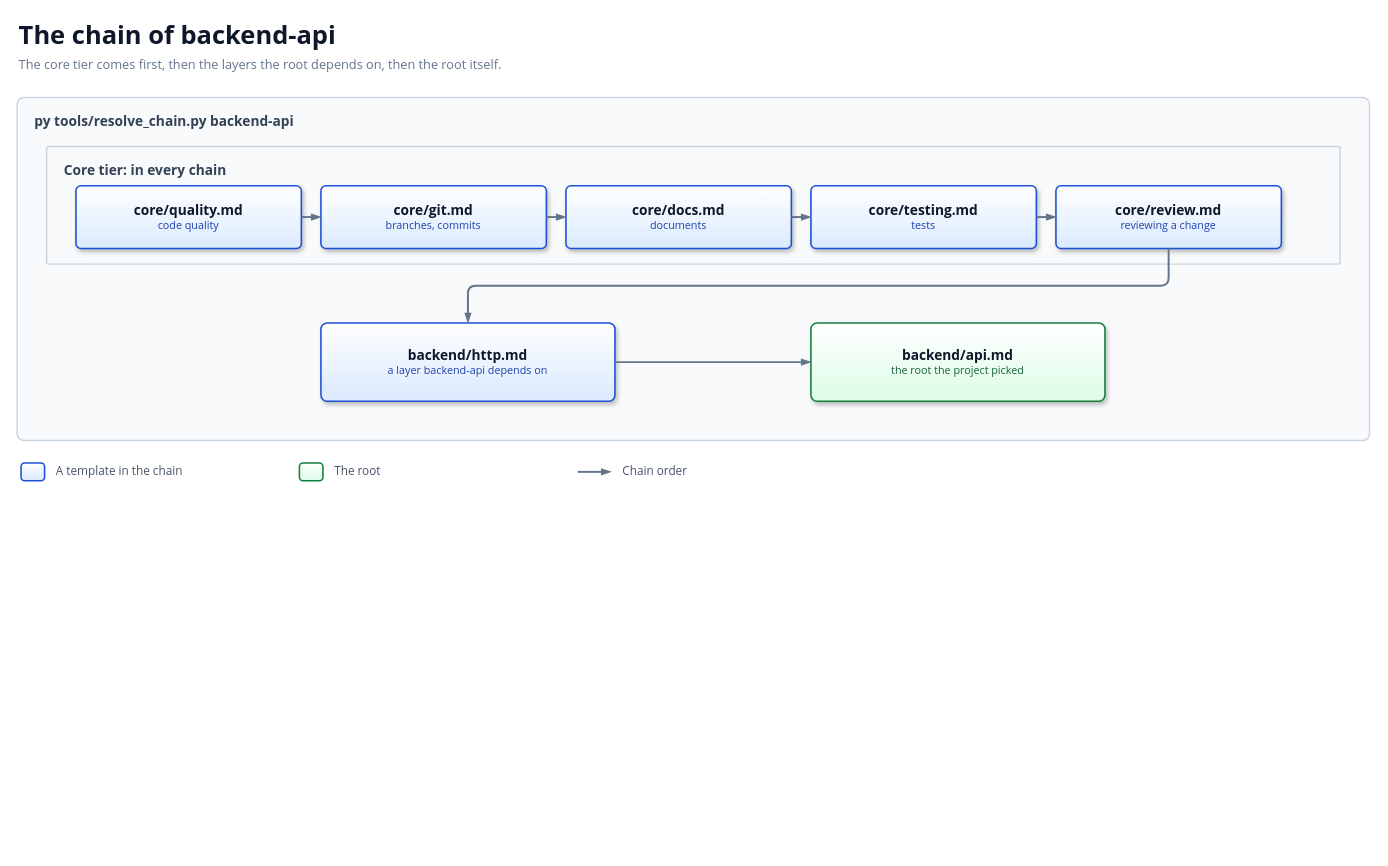
Before: docs/diagrams/primer-chain.drawio in solid-ai-dev/solid-ai-templates, a draw.io diagram. Source tidied: cells renumbered, new cells numbered last; positions are measured from the earlier drawing's top-left corner, leaving out a move shared by most shapes. Both pictures are drawn from the tidied source at 98%, with x=0, y=0 at pixel (17, 17).
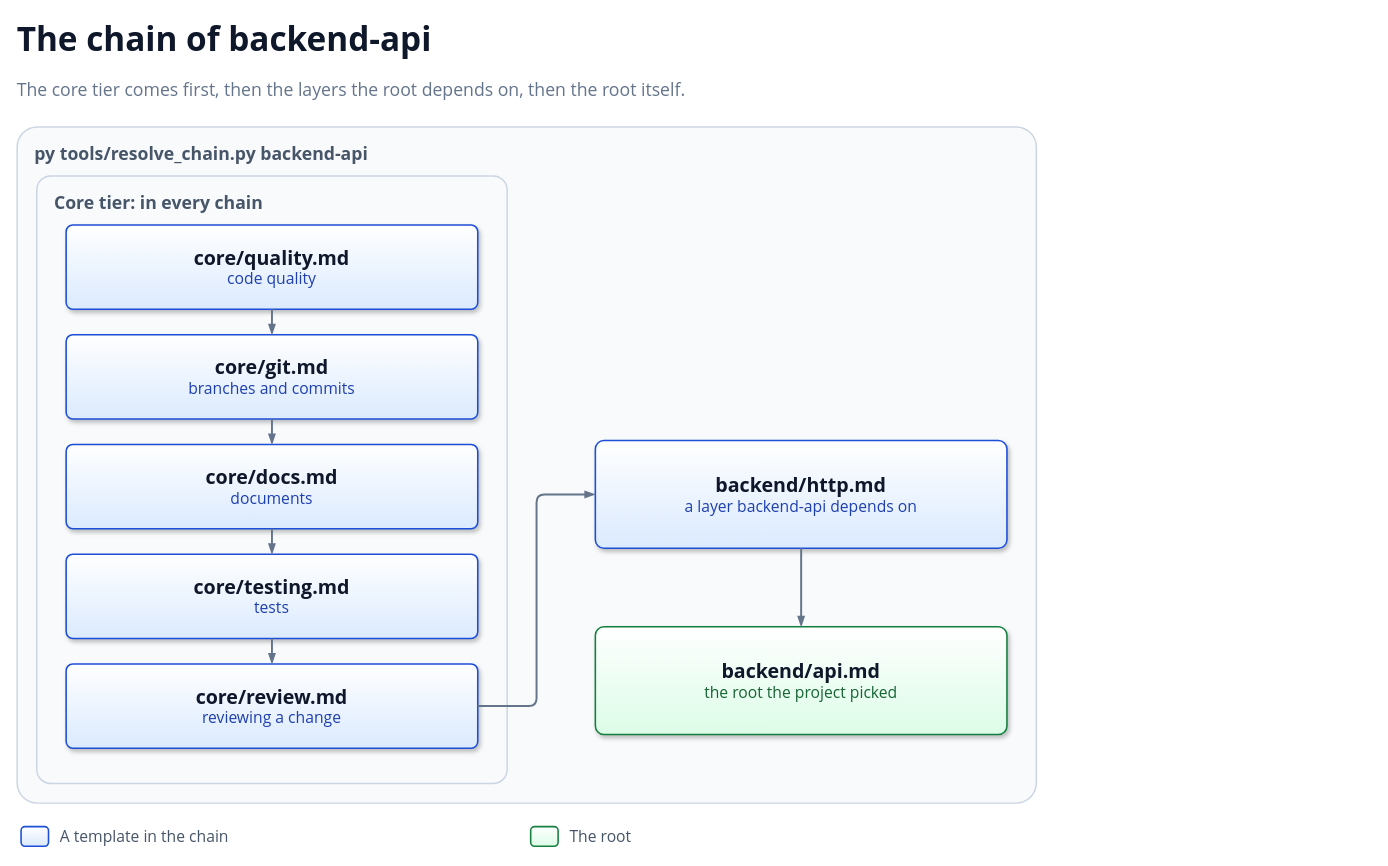
Above is the later version.

Commit message (it also covers changes not shown here):
docs(primer): set the diagrams at the benchmark's type sizes, on narrower pages (#2481)

What changed in the source:
```diff
@@
-    <mxCell id="2" value="The chain of backend-api" style="text;html=1;whiteSpace=wrap;strokeColor=none;fillColor=none;align=left;verticalAlign=middle;fontFamily=Segoe UI;fontSize=26;fontColor=#0F172A;fontStyle=1;" parent="1" vertex="1">
-      <mxGeometry width="1380" height="36" as="geometry" />
-    </mxCell>
-    <mxCell id="3" value="The core tier comes first, then the layers the root depends on, then the root itself." style="text;html=1;whiteSpace=wrap;strokeColor=none;fillColor=none;align=left;verticalAlign=middle;fontFamily=Segoe UI;fontSize=13;fontColor=#64748B;" parent="1" vertex="1">
-      <mxGeometry y="36" width="1380" height="24" as="geometry" />
-    </mxCell>
-    <mxCell id="4" value="py tools/resolve_chain.py backend-api" style="rounded=1;arcSize=2;whiteSpace=wrap;html=1;fillColor=#F8FAFC;strokeColor=#CBD5E1;strokeWidth=1.5;align=left;verticalAlign=top;spacingLeft=16;spacingTop=10;fontFamily=Segoe UI;fontSize=14;fontColor=#334155;fontStyle=1;" parent="1" vertex="1">
-      <mxGeometry y="82" width="1380" height="350" as="geometry" />
+    <mxCell id="4" value="The chain of backend-api" style="text;html=1;whiteSpace=wrap;strokeColor=none;fillColor=none;align=left;verticalAlign=middle;fontFamily=Segoe UI;fontSize=34;fontColor=#0F172A;spacing=0;fontStyle=1;" parent="1" vertex="1">
+      <mxGeometry width="1040" height="44" as="geometry" />
     </mxCell>
-    <mxCell id="5" value="Core tier: in every chain" style="rounded=1;arcSize=2;whiteSpace=wrap;html=1;fillColor=#F8FAFC;strokeColor=#CBD5E1;strokeWidth=1.5;align=left;verticalAlign=top;spacingLeft=16;spacingTop=10;fontFamily=Segoe UI;fontSize=14;fontColor=#334155;fontStyle=1;" parent="1" vertex="1">
-      <mxGeometry x="30" y="132" width="1320" height="120" as="geometry" />
+    <mxCell id="5" value="The core tier comes first, then the layers the root depends on, then the root itself." style="text;html=1;whiteSpace=wrap;strokeColor=none;fillColor=none;align=left;verticalAlign=middle;fontFamily=Segoe UI;fontSize=18;fontColor=#64748B;spacing=0;" parent="1" vertex="1">
+      <mxGeometry y="48" width="1040" height="52" as="geometry" />
     </mxCell>
-    <mxCell id="6" value="&lt;b style='font-size:14px;color:#0F172A'&gt;core/quality.md&lt;/b&gt;&lt;br&gt;&lt;span style='font-size:11px;color:#1E40AF'&gt;code quality&lt;/span&gt;" style="rounded=1;arcSize=8;whiteSpace=wrap;html=1;fillColor=#DBEAFE;gradientColor=#FFFFFF;gradientDirection=north;strokeColor=#1D4ED8;strokeWidth=1.6;shadow=1;align=center;fontFamily=Segoe UI;fontColor=#0F172A;spacing=6;" parent="1" vertex="1">
-      <mxGeometry x="60" y="172" width="230" height="64" as="geometry" />
+    <mxCell id="6" value="py tools/resolve_chain.py backend-api" style="rounded=1;arcSize=3;whiteSpace=wrap;html=1;fillColor=#F8FAFC;strokeColor=#CBD5E1;strokeWidth=1.5;align=left;verticalAlign=top;spacingLeft=16;spacingTop=10;fontFamily=Segoe UI;fontSize=18;fontColor=#475569;fontStyle=1;" parent="1" vertex="1">
+      <mxGeometry y="112" width="1040" height="690" as="geometry" />
     </mxCell>
-    <mxCell id="7" value="&lt;b style='font-size:14px;color:#0F172A'&gt;core/git.md&lt;/b&gt;&lt;br&gt;&lt;span style='font-size:11px;color:#1E40AF'&gt;branches, commits&lt;/span&gt;" style="rounded=1;arcSize=8;whiteSpace=wrap;html=1;fillColor=#DBEAFE;gradientColor=#FFFFFF;gradientDirection=north;strokeColor=#1D4ED8;strokeWidth=1.6;shadow=1;align=center;fontFamily=Segoe UI;fontColor=#0F172A;spacing=6;" parent="1" vertex="1">
-      <mxGeometry x="310" y="172" width="230" height="64" as="geometry" />
+    <mxCell id="7" value="Core tier: in every chain" style="rounded=1;arcSize=3;whiteSpace=wrap;html=1;fillColor=#F8FAFC;strokeColor=#CBD5E1;strokeWidth=1.5;align=left;verticalAlign=top;spacingLeft=16;spacingTop=10;fontFamily=Segoe UI;fontSize=18;fontColor=#475569;fontStyle=1;" parent="1" vertex="1">
+      <mxGeometry x="20" y="162" width="480" height="620" as="geometry" />
     </mxCell>
-    <mxCell id="8" value="&lt;b style='font-size:14px;color:#0F172A'&gt;core/docs.md&lt;/b&gt;&lt;br&gt;&lt;span style='font-size:11px;color:#1E40AF'&gt;documents&lt;/span&gt;" style="rounded=1;arcSize=8;whiteSpace=wrap;html=1;fillColor=#DBEAFE;gradientColor=#FFFFFF;gradientDirection=north;strokeColor=#1D4ED8;strokeWidth=1.6;shadow=1;align=center;fontFamily=Segoe UI;fontColor=#0F172A;spacing=6;" parent="1" vertex="1">
-      <mxGeometry x="560" y="172" width="230" height="64" as="geometry" />
+    <mxCell id="8" value="&lt;b style='font-size:20px;color:#0F172A'&gt;core/quality.md&lt;/b&gt;&lt;br&gt;&lt;span style='font-size:16px;color:#1E40AF'&gt;code quality&lt;/span&gt;" style="rounded=1;arcSize=8;whiteSpace=wrap;html=1;fillColor=#DBEAFE;gradientColor=#FFFFFF;gradientDirection=north;strokeColor=#1D4ED8;strokeWidth=1.6;shadow=1;align=center;fontFamily=Segoe UI;fontColor=#0F172A;spacing=8;" parent="1" vertex="1">
+      <mxGeometry x="50" y="212" width="420" height="86" as="geometry" />
     </mxCell>
-    <mxCell id="9" value="&lt;b style='font-size:14px;color:#0F172A'&gt;core/testing.md&lt;/b&gt;&lt;br&gt;&lt;span style='font-size:11px;color:#1E40AF'&gt;tests&lt;/span&gt;" style="rounded=1;arcSize=8;whiteSpace=wrap;html=1;fillColor=#DBEAFE;gradientColor=#FFFFFF;gradientDirection=north;strokeColor=#1D4ED8;strokeWidth=1.6;shadow=1;align=center;fontFamily=Segoe UI;fontColor=#0F172A;spacing=6;" parent="1" vertex="1">
-      <mxGeometry x="810" y="172" width="230" height="64" as="geometry" />
+    <mxCell id="9" value="&lt;b style='font-size:20px;color:#0F172A'&gt;core/git.md&lt;/b&gt;&lt;br&gt;&lt;span style='font-size:16px;color:#1E40AF'&gt;branches and commits&lt;/span&gt;" style="rounded=1;arcSize=8;whiteSpace=wrap;html=1;fillColor=#DBEAFE;gradientColor=#FFFFFF;gradientDirection=north;strokeColor=#1D4ED8;strokeWidth=1.6;shadow=1;align=center;fontFamily=Segoe UI;fontColor=#0F172A;spacing=8;" parent="1" vertex="1">
+      <mxGeometry x="50" y="324" width="420" height="86" as="geometry" />
     </mxCell>
-    <mxCell id="10" value="&lt;b style='font-size:14px;color:#0F172A'&gt;core/review.md&lt;/b&gt;&lt;br&gt;&lt;span style='font-size:11px;color:#1E40AF'&gt;reviewing a change&lt;/span&gt;" style="rounded=1;arcSize=8;whiteSpace=wrap;html=1;fillColor=#DBEAFE;gradientColor=#FFFFFF;gradientDirection=north;strokeColor=#1D4ED8;strokeWidth=1.6;shadow=1;align=center;fontFamily=Segoe UI;fontColor=#0F172A;spacing=6;" parent="1" vertex="1">
-      <mxGeometry x="1060" y="172" width="230" height="64" as="geometry" />
+    <mxCell id="10" value="&lt;b style='font-size:20px;color:#0F172A'&gt;core/docs.md&lt;/b&gt;&lt;br&gt;&lt;span style='font-size:16px;color:#1E40AF'&gt;documents&lt;/span&gt;" style="rounded=1;arcSize=8;whiteSpace=wrap;html=1;fillColor=#DBEAFE;gradientColor=#FFFFFF;gradientDirection=north;strokeColor=#1D4ED8;strokeWidth=1.6;shadow=1;align=center;fontFamily=Segoe UI;fontColor=#0F172A;spacing=8;" parent="1" vertex="1">
+      <mxGeometry x="50" y="436" width="420" height="86" as="geometry" />
     </mxCell>
-    <mxCell id="11" style="edgeStyle=orthogonalEdgeStyle;rounded=1;arcSize=16;html=1;jettySize=auto;strokeColor=#64748B;strokeWidth=2.0;endArrow=blockThin;endFill=1;endSize=5;fontFamily=Segoe UI;fontSize=11;fontColor=#475569;fontStyle=1;labelBackgroundColor=#F8FAFC;exitX=1;exitY=0.5;entryX=0;entryY=0.5;" parent="1" edge="1" source="6" target="7">
-      <mxGeometry relative="1" as="geometry" />
+    <mxCell id="11" value="&lt;b style='font-size:20px;color:#0F172A'&gt;core/testing.md&lt;/b&gt;&lt;br&gt;&lt;span style='font-size:16px;color:#1E40AF'&gt;tests&lt;/span&gt;" style="rounded=1;arcSize=8;whiteSpace=wrap;html=1;fillColor=#DBEAFE;gradientColor=#FFFFFF;gradientDirection=north;strokeColor=#1D4ED8;strokeWidth=1.6;shadow=1;align=center;fontFamily=Segoe UI;fontColor=#0F172A;spacing=8;" parent="1" vertex="1">
+      <mxGeometry x="50" y="548" width="420" height="86" as="geometry" />
     </mxCell>
-    <mxCell id="12" style="edgeStyle=orthogonalEdgeStyle;rounded=1;arcSize=16;html=1;jettySize=auto;strokeColor=#64748B;strokeWidth=2.0;endArrow=blockThin;endFill=1;endSize=5;fontFamily=Segoe UI;fontSize=11;fontColor=#475569;fontStyle=1;labelBackgroundColor=#F8FAFC;exitX=1;exitY=0.5;entryX=0;entryY=0.5;" parent="1" edge="1" source="7" target="8">
-      <mxGeometry relative="1" as="geometry" />
+    <mxCell id="12" value="&lt;b style='font-size:20px;color:#0F172A'&gt;core/review.md&lt;/b&gt;&lt;br&gt;&lt;span style='font-size:16px;color:#1E40AF'&gt;reviewing a change&lt;/span&gt;" style="rounded=1;arcSize=8;whiteSpace=wrap;html=1;fillColor=#DBEAFE;gradientColor=#FFFFFF;gradientDirection=north;strokeColor=#1D4ED8;strokeWidth=1.6;shadow=1;align=center;fontFamily=Segoe UI;fontColor=#0F172A;spacing=8;" parent="1" vertex="1">
+      <mxGeometry x="50" y="660" width="420" height="86" as="geometry" />
     </mxCell>
-    <mxCell id="13" style="edgeStyle=orthogonalEdgeStyle;rounded=1;arcSize=16;html=1;jettySize=auto;strokeColor=#64748B;strokeWidth=2.0;endArrow=blockThin;endFill=1;endSize=5;fontFamily=Segoe UI;fontSize=11;fontColor=#475569;fontStyle=1;labelBackgroundColor=#F8FAFC;exitX=1;exitY=0.5;entryX=0;entryY=0.5;" parent="1" edge="1" source="8" target="9">
+    <mxCell id="13" style="edgeStyle=orthogonalEdgeStyle;rounded=1;arcSize=16;html=1;jettySize=auto;strokeColor=#64748B;strokeWidth=2.0;endArrow=blockThin;endFill=1;endSize=6;fontFamily=Segoe UI;fontSize=16;fontColor=#475569;fontStyle=1;labelBackgroundColor=#F8FAFC;exitX=0.5;exitY=1;entryX=0.5;entryY=0;" parent="1" edge="1" source="8" target="9">
       <mxGeometry relative="1" as="geometry" />
     </mxCell>
-    <mxCell id="14" style="edgeStyle=orthogonalEdgeStyle;rounded=1;arcSize=16;html=1;jettySize=auto;strokeColor=#64748B;strokeWidth=2.0;endArrow=blockThin;endFill=1;endSize=5;fontFamily=Segoe UI;fontSize=11;fontColor=#475569;fontStyle=1;labelBackgroundColor=#F8FAFC;exitX=1;exitY=0.5;entryX=0;entryY=0.5;" parent="1" edge="1" source="9" target="10">
+    <mxCell id="14" style="edgeStyle=orthogonalEdgeStyle;rounded=1;arcSize=16;html=1;jettySize=auto;strokeColor=#64748B;strokeWidth=2.0;endArrow=blockThin;endFill=1;endSize=6;fontFamily=Segoe UI;fontSize=16;fontColor=#475569;fontStyle=1;labelBackgroundColor=#F8FAFC;exitX=0.5;exitY=1;entryX=0.5;entryY=0;" parent="1" edge="1" source="9" target="10">
       <mxGeometry relative="1" as="geometry" />
     </mxCell>
-    <mxCell id="15" value="&lt;b style='font-size:14px;color:#0F172A'&gt;backend/http.md&lt;/b&gt;&lt;br&gt;&lt;span style='font-size:11px;color:#1E40AF'&gt;a layer backend-api depends on&lt;/span&gt;" style="rounded=1;arcSize=8;whiteSpace=wrap;html=1;fillColor=#DBEAFE;gradientColor=#FFFFFF;gradientDirection=north;strokeColor=#1D4ED8;strokeWidth=1.6;shadow=1;align=center;fontFamily=Segoe UI;fontColor=#0F172A;spacing=6;" parent="1" vertex="1">
-      <mxGeometry x="310" y="312" width="300" height="80" as="geometry" />
+    <mxCell id="15" style="edgeStyle=orthogonalEdgeStyle;rounded=1;arcSize=16;html=1;jettySize=auto;strokeColor=#64748B;strokeWidth=2.0;endArrow=blockThin;endFill=1;endSize=6;fontFamily=Segoe UI;fontSize=16;fontColor=#475569;fontStyle=1;labelBackgroundColor=#F8FAFC;exitX=0.5;exitY=1;entryX=0.5;entryY=0;" parent="1" edge="1" source="10" target="11">
+      <mxGeometry relative="1" as="geometry" />
     </mxCell>
-    <mxCell id="16" value="&lt;b style='font-size:14px;color:#0F172A'&gt;backend/api.md&lt;/b&gt;&lt;br&gt;&lt;span style='font-size:11px;color:#166534'&gt;the root the project picked&lt;/span&gt;" style="rounded=1;arcSize=8;whiteSpace=wrap;html=1;fillColor=#DCFCE7;gradientColor=#FFFFFF;gradientDirection=north;strokeColor=#15803D;strokeWidth=1.6;shadow=1;align=center;fontFamily=Segoe UI;fontColor=#0F172A;spacing=6;" parent="1" vertex="1">
-      <mxGeometry x="810" y="312" width="300" height="80" as="geometry" />
+    <mxCell id="16" style="edgeStyle=orthogonalEdgeStyle;rounded=1;arcSize=16;html=1;jettySize=auto;strokeColor=#64748B;strokeWidth=2.0;endArrow=blockThin;endFill=1;endSize=6;fontFamily=Segoe UI;fontSize=16;fontColor=#475569;fontStyle=1;labelBackgroundColor=#F8FAFC;exitX=0.5;exitY=1;entryX=0.5;entryY=0;" parent="1" edge="1" source="11" target="12">
+      <mxGeometry relative="1" as="geometry" />
     </mxCell>
-    <mxCell id="17" style="edgeStyle=orthogonalEdgeStyle;rounded=1;arcSize=16;html=1;jettySize=auto;strokeColor=#64748B;strokeWidth=2.0;endArrow=blockThin;endFill=1;endSize=5;fontFamily=Segoe UI;fontSize=11;fontColor=#475569;fontStyle=1;labelBackgroundColor=#F8FAFC;exitX=0.5;exitY=1;entryX=0.5;entryY=0;" parent="1" edge="1" source="10" target="15">
-      <mxGeometry relative="1" as="geometry" />
+    <mxCell id="17" value="&lt;b style='font-size:20px;color:#0F172A'&gt;backend/http.md&lt;/b&gt;&lt;br&gt;&lt;span style='font-size:16px;color:#1E40AF'&gt;a layer backend-api depends on&lt;/span&gt;" style="rounded=1;arcSize=8;whiteSpace=wrap;html=1;fillColor=#DBEAFE;gradientColor=#FFFFFF;gradientDirection=north;strokeColor=#1D4ED8;strokeWidth=1.6;shadow=1;align=center;fontFamily=Segoe UI;fontColor=#0F172A;spacing=8;" parent="1" vertex="1">
+      <mxGeometry x="590" y="432" width="420" height="110" as="geometry" />
     </mxCell>
-    <mxCell id="18" style="edgeStyle=orthogonalEdgeStyle;rounded=1;arcSize=16;html=1;jettySize=auto;strokeColor=#64748B;strokeWidth=2.0;endArrow=blockThin;endFill=1;endSize=5;fontFamily=Segoe UI;fontSize=11;fontColor=#475569;fontStyle=1;labelBackgroundColor=#F8FAFC;exitX=1;exitY=0.5;entryX=0;entryY=0.5;" parent="1" edge="1" source="15" target="16">
-      <mxGeometry relative="1" as="geometry" />
+    <mxCell id="18" value="&lt;b style='font-size:20px;color:#0F172A'&gt;backend/api.md&lt;/b&gt;&lt;br&gt;&lt;span style='font-size:16px;color:#166534'&gt;the root the project picked&lt;/span&gt;" style="rounded=1;arcSize=8;whiteSpace=wrap;html=1;fillColor=#DCFCE7;gradientColor=#FFFFFF;gradientDirection=north;strokeColor=#15803D;strokeWidth=1.6;shadow=1;align=center;fontFamily=Segoe UI;fontColor=#0F172A;spacing=8;" parent="1" vertex="1">
+      <mxGeometry x="590" y="622" width="420" height="110" as="geometry" />
     </mxCell>
-    <mxCell id="19" style="rounded=1;arcSize=20;whiteSpace=wrap;html=1;gradientColor=#FFFFFF;gradientDirection=north;strokeWidth=1.6;fillColor=#DBEAFE;strokeColor=#1D4ED8;" parent="1" vertex="1">
-      <mxGeometry x="4" y="455" width="24" height="18" as="geometry" />
+    <mxCell id="19" style="edgeStyle=orthogonalEdgeStyle;rounded=1;arcSize=16;html=1;jettySize=auto;strokeColor=#64748B;strokeWidth=2.0;endArrow=blockThin;endFill=1;endSize=6;fontFamily=Segoe UI;fontSize=16;fontColor=#475569;fontStyle=1;labelBackgroundColor=#F8FAFC;exitX=1;exitY=0.5;entryX=0;entryY=0.5;" parent="1" edge="1" source="12" target="17">
+      <mxGeometry relative="1" as="geometry" />
     </mxCell>
-    <mxCell id="20" value="A template in the chain" style="text;html=1;whiteSpace=wrap;strokeColor=none;fillColor=none;align=left;verticalAlign=middle;fontFamily=Segoe UI;fontSize=12;fontColor=#475569;" parent="1" vertex="1">
-      <mxGeometry x="38" y="452" width="240" height="24" as="geometry" />
+    <mxCell id="20" style="edgeStyle=orthogonalEdgeStyle;rounded=1;arcSize=16;html=1;jettySize=auto;strokeColor=#64748B;strokeWidth=2.0;endArrow=blockThin;endFill=1;endSize=6;fontFamily=Segoe UI;fontSize=16;fontColor=#475569;fontStyle=1;labelBackgroundColor=#F8FAFC;exitX=0.5;exitY=1;entryX=0.5;entryY=0;" parent="1" edge="1" source="17" target="18">
+      <mxGeometry relative="1" as="geometry" />
     </mxCell>
-    <mxCell id="21" style="rounded=1;arcSize=20;whiteSpace=wrap;html=1;gradientColor=#FFFFFF;gradientDirection=north;strokeWidth=1.6;fillColor=#DCFCE7;strokeColor=#15803D;" parent="1" vertex="1">
-      <mxGeometry x="288" y="455" width="24" height="18" as="geometry" />
+    <mxCell id="21" style="rounded=1;arcSize=20;whiteSpace=wrap;html=1;gradientColor=#FFFFFF;gradientDirection=north;strokeWidth=1.6;fillColor=#DBEAFE;strokeColor=#1D4ED8;" parent="1" vertex="1">
+      <mxGeometry x="4" y="826" width="28" height="20" as="geometry" />
     </mxCell>
-    <mxCell id="22" value="The root" style="text;html=1;whiteSpace=wrap;strokeColor=none;fillColor=none;align=left;verticalAlign=middle;fontFamily=Segoe UI;fontSize=12;fontColor=#475569;" parent="1" vertex="1">
-      <mxGeometry x="322" y="452" width="240" height="24" as="geometry" />
+    <mxCell id="22" value="A template in the chain" style="text;html=1;whiteSpace=wrap;strokeColor=none;fillColor=none;align=left;verticalAlign=middle;fontFamily=Segoe UI;fontSize=16;fontColor=#475569;spacing=0;" parent="1" vertex="1">
+      <mxGeometry x="44" y="822" width="460" height="28" as="geometry" />
     </mxCell>
-    <mxCell id="23" style="endArrow=blockThin;endFill=1;endSize=5;html=1;strokeColor=#64748B;strokeWidth=2.0;" parent="1" edge="1">
-      <mxGeometry relative="1" as="geometry">
-        <mxPoint x="572" y="464" as="sourcePoint" />
-        <mxPoint x="606" y="464" as="targetPoint" />
-      </mxGeometry>
+    <mxCell id="23" style="rounded=1;arcSize=20;whiteSpace=wrap;html=1;gradientColor=#FFFFFF;gradientDirection=north;strokeWidth=1.6;fillColor=#DCFCE7;strokeColor=#15803D;" parent="1" vertex="1">
+      <mxGeometry x="524" y="826" width="28" height="20" as="geometry" />
     </mxCell>
-    <mxCell id="24" value="Chain order" style="text;html=1;whiteSpace=wrap;strokeColor=none;fillColor=none;align=left;verticalAlign=middle;fontFamily=Segoe UI;fontSize=12;fontColor=#475569;" parent="1" vertex="1">
-      <mxGeometry x="616" y="452" width="240" height="24" as="geometry" />
+    <mxCell id="24" value="The root" style="text;html=1;whiteSpace=wrap;strokeColor=none;fillColor=none;align=left;verticalAlign=middle;fontFamily=Segoe UI;fontSize=16;fontColor=#475569;spacing=0;" parent="1" vertex="1">
+      <mxGeometry x="564" y="822" width="460" height="28" as="geometry" />
     </mxCell>
```
